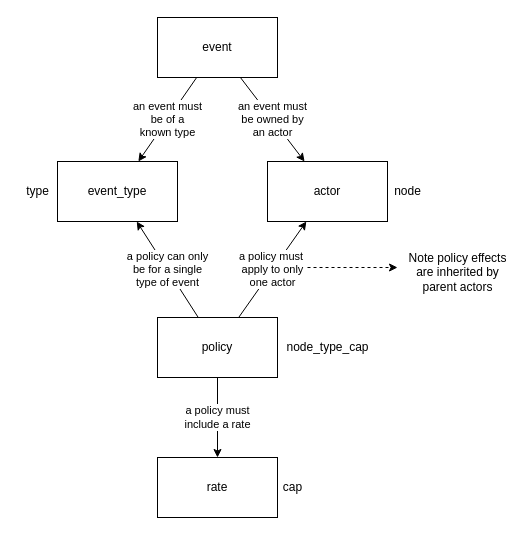
The draw.io diagram db/doc/erd.drawio in petervandivier/ratelimit, before the edit. Source tidied: cells renumbered, new cells numbered last; positions are measured from the earlier drawing's top-left corner, leaving out a move shared by most shapes. Both pictures are drawn from the tidied source at 100%, with x=0, y=0 at pixel (17, 17).
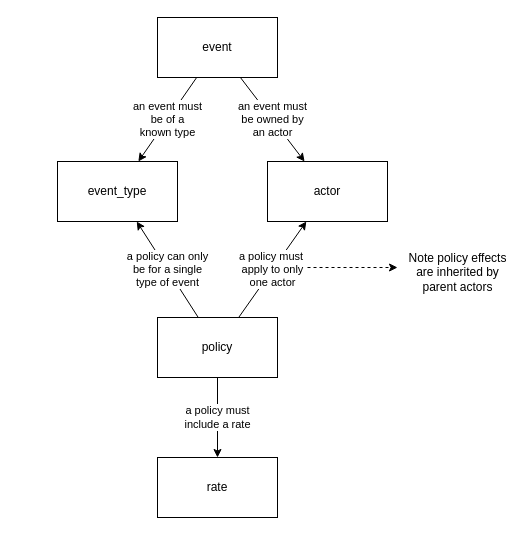
After the change.

Commit message:
remove erd references to prior names

Diff of the diagram source:
```diff
@@
 <mxGraphModel>
   <root>
     <mxCell id="0" />
     <mxCell id="1" parent="0" />
     <mxCell id="2" value="an event must &lt;br&gt;be of a &lt;br&gt;known type" style="edgeStyle=none;rounded=0;jettySize=auto;html=1;" parent="1" edge="1" source="4" target="5">
       <mxGeometry relative="1" as="geometry" />
     </mxCell>
     <mxCell id="3" value="an event must &lt;br&gt;be owned by &lt;br&gt;an actor" style="edgeStyle=none;rounded=0;jettySize=auto;html=1;" parent="1" edge="1" source="4" target="6">
       <mxGeometry relative="1" as="geometry" />
     </mxCell>
     <mxCell id="4" value="event" style="rounded=0;whiteSpace=wrap;html=1;" parent="1" vertex="1">
       <mxGeometry x="140" width="120" height="60" as="geometry" />
     </mxCell>
     <mxCell id="5" value="event_type" style="rounded=0;whiteSpace=wrap;html=1;" parent="1" vertex="1">
       <mxGeometry x="40" y="144" width="120" height="60" as="geometry" />
     </mxCell>
     <mxCell id="6" value="actor" style="rounded=0;whiteSpace=wrap;html=1;" parent="1" vertex="1">
       <mxGeometry x="250" y="144" width="120" height="60" as="geometry" />
     </mxCell>
     <mxCell id="7" value="rate" style="rounded=0;whiteSpace=wrap;html=1;" parent="1" vertex="1">
       <mxGeometry x="140" y="440" width="120" height="60" as="geometry" />
     </mxCell>
     <mxCell id="8" value="a policy must&amp;nbsp;&lt;br&gt;apply to only &lt;br&gt;one actor" style="edgeStyle=none;rounded=0;jettySize=auto;html=1;" parent="1" edge="1" source="11" target="6">
       <mxGeometry relative="1" as="geometry" />
     </mxCell>
     <mxCell id="9" value="a policy can only&lt;br&gt;be for a single&lt;br&gt;type of event" style="edgeStyle=none;rounded=0;jettySize=auto;html=1;" parent="1" edge="1" source="11" target="5">
       <mxGeometry relative="1" as="geometry" />
     </mxCell>
     <mxCell id="10" value="a policy must &lt;br&gt;include a rate" style="edgeStyle=none;rounded=0;jettySize=auto;html=1;" parent="1" edge="1" source="11" target="7">
       <mxGeometry relative="1" as="geometry" />
     </mxCell>
     <mxCell id="11" value="policy" style="rounded=0;whiteSpace=wrap;html=1;" parent="1" vertex="1">
       <mxGeometry x="140" y="300" width="120" height="60" as="geometry" />
     </mxCell>
-    <mxCell id="12" value="node_type_cap" style="text;html=1;align=center;verticalAlign=middle;strokeColor=none;" parent="1" vertex="1">
-      <mxGeometry x="260" y="320" width="100" height="20" as="geometry" />
-    </mxCell>
-    <mxCell id="13" value="cap" style="text;html=1;align=center;verticalAlign=middle;strokeColor=none;" parent="1" vertex="1">
-      <mxGeometry x="260" y="460" width="30" height="20" as="geometry" />
-    </mxCell>
-    <mxCell id="14" value="type" style="text;html=1;align=center;verticalAlign=middle;strokeColor=none;" parent="1" vertex="1">
-      <mxGeometry y="164" width="40" height="20" as="geometry" />
-    </mxCell>
-    <mxCell id="15" value="node" style="text;html=1;align=center;verticalAlign=middle;strokeColor=none;" parent="1" vertex="1">
-      <mxGeometry x="370" y="164" width="40" height="20" as="geometry" />
-    </mxCell>
     <mxCell id="16" style="endArrow=classic;html=1;dashed=1;" parent="1" edge="1">
       <mxGeometry relative="1" as="geometry">
         <mxPoint x="290" y="250" as="sourcePoint" />
         <mxPoint x="380" y="250" as="targetPoint" />
       </mxGeometry>
     </mxCell>
     <mxCell id="17" value="Note policy effects &lt;br&gt;are inherited by &lt;br&gt;parent actors" style="text;html=1;align=center;verticalAlign=middle;strokeColor=none;" parent="1" vertex="1">
       <mxGeometry x="385" y="230" width="110" height="50" as="geometry" />
     </mxCell>
   </root>
 </mxGraphModel>
```
